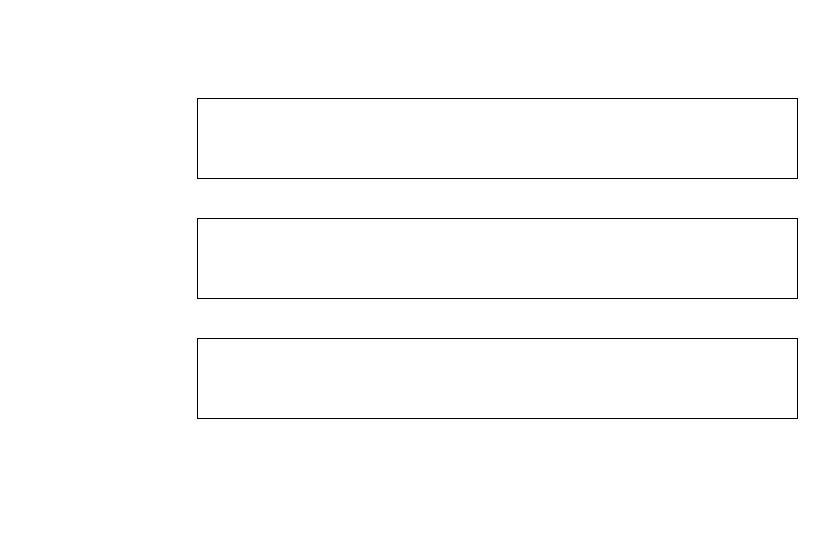
Tabisch/DarwIO keeps this draw.io diagram as Untitled Diagram.drawio. Above is the earlier version. Source tidied: cells renumbered, new cells numbered last; positions are measured from the earlier drawing's top-left corner, leaving out a move shared by most shapes. Both pictures are drawn from the tidied source at 100%, with x=0, y=0 at pixel (197, 98).
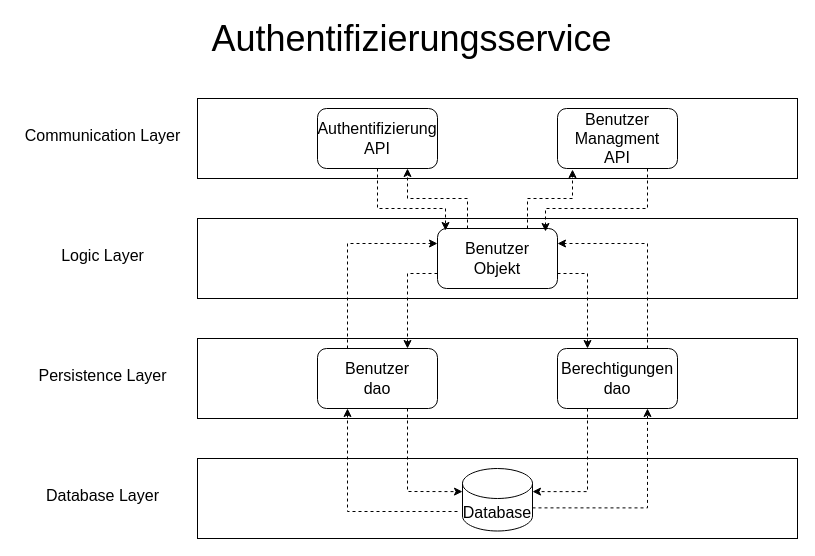
After the change.

What changed in the source:
```diff
@@
+    <mxCell id="5" value="&lt;div style=&quot;font-size: 36px&quot;&gt;&lt;font style=&quot;font-size: 36px&quot;&gt;Authentifizierungsservice&lt;/font&gt;&lt;/div&gt;" style="text;html=1;align=center;verticalAlign=middle;fillColor=none;strokeColor=none;rounded=0;" parent="1" vertex="1">
+      <mxGeometry x="4" y="-70" width="420" height="20" as="geometry" />
+    </mxCell>
+    <mxCell id="6" style="rounded=0;whiteSpace=wrap;html=1;" parent="1" vertex="1">
+      <mxGeometry y="360" width="600" height="80" as="geometry" />
+    </mxCell>
+    <mxCell id="7" value="&lt;font style=&quot;font-size: 16px&quot;&gt;Database Layer&lt;/font&gt;" style="text;html=1;align=center;verticalAlign=middle;fillColor=none;strokeColor=none;rounded=0;fontSize=36;" parent="1" vertex="1">
+      <mxGeometry x="-160" y="360" width="130" height="60" as="geometry" />
+    </mxCell>
+    <mxCell id="8" value="&lt;font style=&quot;font-size: 16px&quot;&gt;Persistence Layer&lt;br&gt;&lt;/font&gt;" style="text;html=1;align=center;verticalAlign=middle;fillColor=none;strokeColor=none;rounded=0;fontSize=36;" parent="1" vertex="1">
+      <mxGeometry x="-165" y="240" width="140" height="60" as="geometry" />
+    </mxCell>
+    <mxCell id="9" value="&lt;font style=&quot;font-size: 16px&quot;&gt;Logic Layer&lt;br&gt;&lt;/font&gt;" style="text;html=1;align=center;verticalAlign=middle;fillColor=none;strokeColor=none;rounded=0;fontSize=36;" parent="1" vertex="1">
+      <mxGeometry x="-145" y="120" width="100" height="60" as="geometry" />
+    </mxCell>
+    <mxCell id="10" value="&lt;font style=&quot;font-size: 16px&quot;&gt;Communication Layer&lt;br&gt;&lt;/font&gt;" style="text;html=1;align=center;verticalAlign=middle;fillColor=none;strokeColor=none;rounded=0;fontSize=36;" parent="1" vertex="1">
+      <mxGeometry x="-180" width="170" height="60" as="geometry" />
+    </mxCell>
+    <mxCell id="11" style="edgeStyle=orthogonalEdgeStyle;rounded=0;jettySize=auto;html=1;exitX=1;exitY=0;exitDx=0;exitDy=39.375;exitPerimeter=0;entryX=0.75;entryY=1;entryDx=0;entryDy=0;dashed=1;fontSize=16;endArrow=classic;endFill=1;" parent="1" edge="1" source="12" target="15">
+      <mxGeometry relative="1" as="geometry" />
+    </mxCell>
+    <mxCell id="12" value="&lt;div&gt;Database&lt;/div&gt;" style="shape=cylinder3;whiteSpace=wrap;html=1;boundedLbl=1;backgroundOutline=1;size=15;fontSize=16;" parent="1" vertex="1">
+      <mxGeometry x="265" y="370" width="70" height="62.5" as="geometry" />
+    </mxCell>
+    <mxCell id="13" style="edgeStyle=orthogonalEdgeStyle;rounded=0;jettySize=auto;html=1;exitX=0.25;exitY=1;exitDx=0;exitDy=0;entryX=1;entryY=0;entryDx=0;entryDy=23.125;entryPerimeter=0;dashed=1;fontSize=16;endArrow=classic;endFill=1;" parent="1" edge="1" source="15" target="12">
+      <mxGeometry relative="1" as="geometry" />
+    </mxCell>
+    <mxCell id="14" style="edgeStyle=orthogonalEdgeStyle;rounded=0;jettySize=auto;html=1;exitX=0.75;exitY=0;exitDx=0;exitDy=0;entryX=1;entryY=0.25;entryDx=0;entryDy=0;dashed=1;fontSize=16;endArrow=classic;endFill=1;" parent="1" edge="1" source="15" target="24">
+      <mxGeometry relative="1" as="geometry" />
+    </mxCell>
+    <mxCell id="15" value="&lt;div&gt;Berechtigungen&lt;/div&gt;&lt;div&gt;dao&lt;br&gt;&lt;/div&gt;" style="rounded=1;whiteSpace=wrap;html=1;fontSize=16;" parent="1" vertex="1">
+      <mxGeometry x="360" y="250" width="120" height="60" as="geometry" />
+    </mxCell>
+    <mxCell id="16" style="edgeStyle=orthogonalEdgeStyle;rounded=0;jettySize=auto;html=1;exitX=0.25;exitY=0;exitDx=0;exitDy=0;entryX=0;entryY=0.25;entryDx=0;entryDy=0;dashed=1;fontSize=16;endArrow=classic;endFill=1;" parent="1" edge="1" source="17" target="24">
+      <mxGeometry relative="1" as="geometry" />
+    </mxCell>
+    <mxCell id="17" value="&lt;div&gt;Benutzer&lt;/div&gt;&lt;div&gt;dao&lt;/div&gt;" style="rounded=1;whiteSpace=wrap;html=1;fontSize=16;" parent="1" vertex="1">
+      <mxGeometry x="120" y="250" width="120" height="60" as="geometry" />
+    </mxCell>
+    <mxCell id="18" style="endArrow=classic;dashed=1;html=1;rounded=0;fontSize=16;entryX=0;entryY=0;entryDx=0;entryDy=23.125;entryPerimeter=0;exitX=0.75;exitY=1;exitDx=0;exitDy=0;endFill=1;" parent="1" edge="1" source="17" target="12">
+      <mxGeometry relative="1" as="geometry">
+        <Array as="points">
+          <mxPoint x="210" y="393" />
+        </Array>
+      </mxGeometry>
+    </mxCell>
+    <mxCell id="19" style="endArrow=classic;dashed=1;html=1;rounded=0;fontSize=16;endFill=1;entryX=0.25;entryY=1;entryDx=0;entryDy=0;" parent="1" edge="1" target="17">
+      <mxGeometry relative="1" as="geometry">
+        <mxPoint x="260" y="413" as="sourcePoint" />
+        <Array as="points">
+          <mxPoint x="150" y="413" />
+        </Array>
+      </mxGeometry>
+    </mxCell>
+    <mxCell id="20" style="edgeStyle=orthogonalEdgeStyle;rounded=0;jettySize=auto;html=1;exitX=0;exitY=0.75;exitDx=0;exitDy=0;entryX=0.75;entryY=0;entryDx=0;entryDy=0;dashed=1;fontSize=16;endArrow=classic;endFill=1;" parent="1" edge="1" source="24" target="17">
+      <mxGeometry relative="1" as="geometry" />
+    </mxCell>
+    <mxCell id="21" style="edgeStyle=orthogonalEdgeStyle;rounded=0;jettySize=auto;html=1;exitX=1;exitY=0.75;exitDx=0;exitDy=0;entryX=0.25;entryY=0;entryDx=0;entryDy=0;dashed=1;fontSize=16;endArrow=classic;endFill=1;" parent="1" edge="1" source="24" target="15">
+      <mxGeometry relative="1" as="geometry" />
+    </mxCell>
+    <mxCell id="22" style="edgeStyle=orthogonalEdgeStyle;rounded=0;jettySize=auto;html=1;exitX=0.75;exitY=0;exitDx=0;exitDy=0;entryX=0.125;entryY=1.017;entryDx=0;entryDy=0;entryPerimeter=0;dashed=1;fontSize=16;endArrow=classic;endFill=1;" parent="1" edge="1" source="24" target="28">
+      <mxGeometry relative="1" as="geometry" />
+    </mxCell>
+    <mxCell id="23" style="edgeStyle=orthogonalEdgeStyle;rounded=0;jettySize=auto;html=1;exitX=0.25;exitY=0;exitDx=0;exitDy=0;entryX=0.75;entryY=1;entryDx=0;entryDy=0;dashed=1;fontSize=16;endArrow=classic;endFill=1;" parent="1" edge="1" source="24" target="26">
+      <mxGeometry relative="1" as="geometry" />
+    </mxCell>
+    <mxCell id="24" value="&lt;div&gt;Benutzer&lt;/div&gt;&lt;div&gt;Objekt&lt;br&gt;&lt;/div&gt;" style="rounded=1;whiteSpace=wrap;html=1;fontSize=16;" parent="1" vertex="1">
+      <mxGeometry x="240" y="130" width="120" height="60" as="geometry" />
+    </mxCell>
+    <mxCell id="25" style="edgeStyle=orthogonalEdgeStyle;rounded=0;jettySize=auto;html=1;exitX=0.5;exitY=1;exitDx=0;exitDy=0;entryX=0.067;entryY=0.033;entryDx=0;entryDy=0;entryPerimeter=0;dashed=1;fontSize=16;endArrow=classic;endFill=1;" parent="1" edge="1" source="26" target="24">
+      <mxGeometry relative="1" as="geometry">
+        <Array as="points">
+          <mxPoint x="180" y="110" />
+          <mxPoint x="248" y="110" />
+        </Array>
+      </mxGeometry>
+    </mxCell>
+    <mxCell id="26" value="&lt;div&gt;&lt;font style=&quot;font-size: 16px&quot;&gt;Authentifizierung&lt;/font&gt;&lt;/div&gt;&lt;div&gt;&lt;font style=&quot;font-size: 16px&quot;&gt;API&lt;br&gt;&lt;/font&gt;&lt;/div&gt;" style="rounded=1;whiteSpace=wrap;html=1;fontSize=16;" parent="1" vertex="1">
+      <mxGeometry x="120" y="10" width="120" height="60" as="geometry" />
+    </mxCell>
+    <mxCell id="27" style="edgeStyle=orthogonalEdgeStyle;rounded=0;jettySize=auto;html=1;exitX=0.75;exitY=1;exitDx=0;exitDy=0;entryX=0.9;entryY=0.05;entryDx=0;entryDy=0;entryPerimeter=0;dashed=1;fontSize=16;endArrow=classic;endFill=1;" parent="1" edge="1" source="28" target="24">
+      <mxGeometry relative="1" as="geometry">
+        <Array as="points">
+          <mxPoint x="450" y="110" />
+          <mxPoint x="348" y="110" />
+        </Array>
+      </mxGeometry>
+    </mxCell>
+    <mxCell id="28" value="&lt;div&gt;Benutzer&lt;br&gt;&lt;/div&gt;&lt;div&gt;Managment&lt;/div&gt;&lt;div&gt;API&lt;br&gt;&lt;/div&gt;" style="rounded=1;whiteSpace=wrap;html=1;fontSize=16;" parent="1" vertex="1">
+      <mxGeometry x="360" y="10" width="120" height="60" as="geometry" />
+    </mxCell>
```
